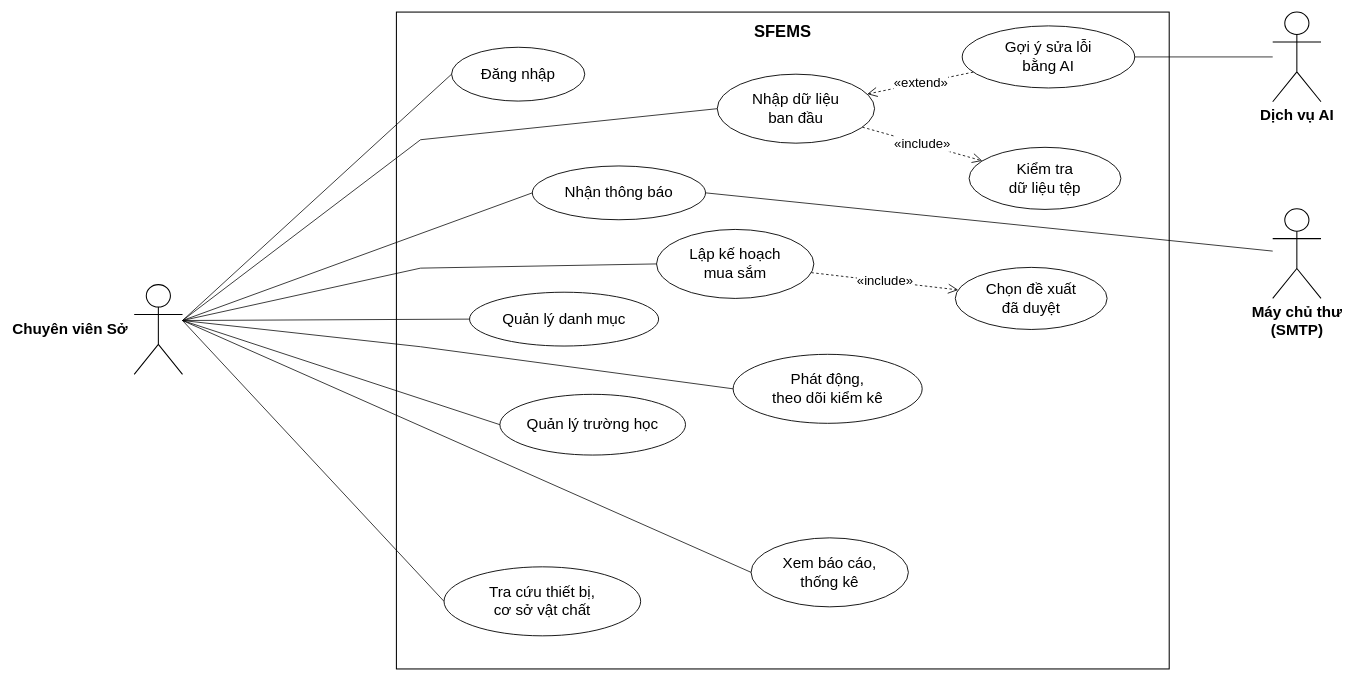
The draw.io diagram docs/VN/diagram/Report 3/05 Use case/04 Chuyen vien So.drawio in LuuDong2004/SEP490_G123_SFEMS, before the edit. Source tidied: cells renumbered, new cells numbered last; positions are measured from the earlier drawing's top-left corner, leaving out a move shared by most shapes. Both pictures are drawn from the tidied source at 69%, with x=0, y=0 at pixel (134, 12).
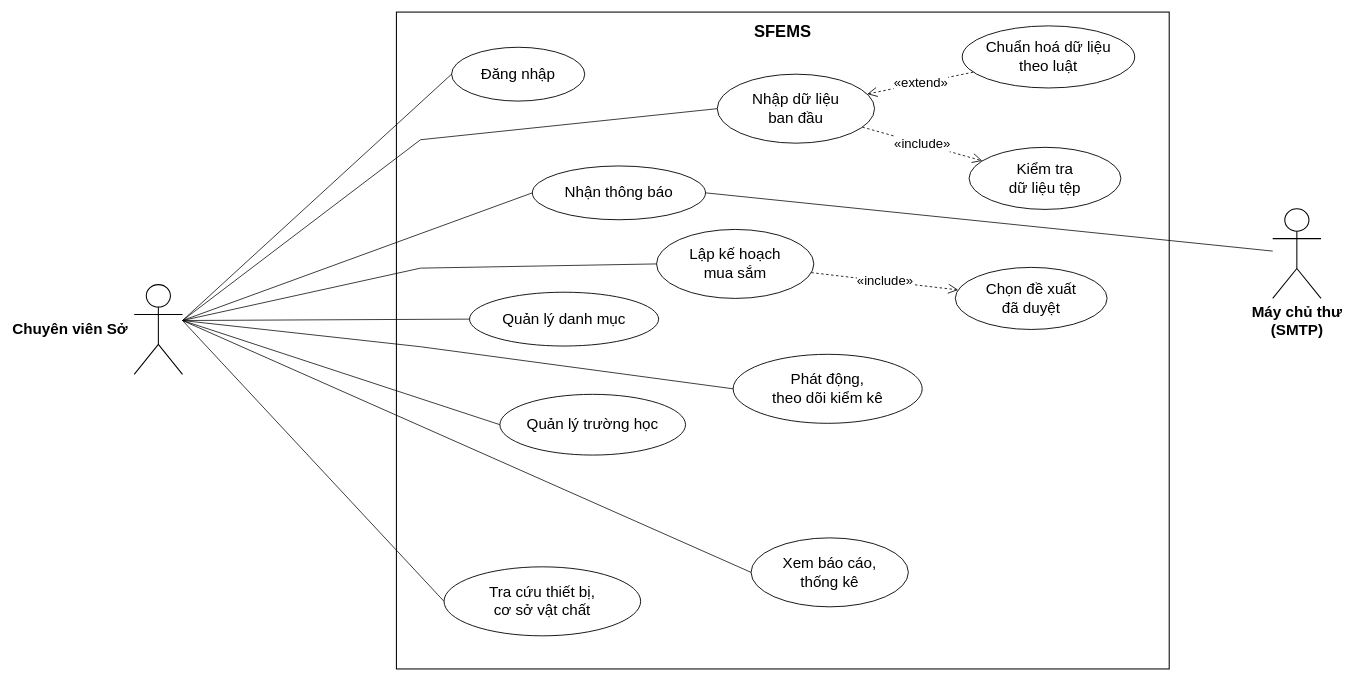
Above is the later version.

What changed in the source:
```diff
@@
-    <mxCell id="22" value="Dịch vụ AI" style="shape=umlActor;verticalLabelPosition=bottom;verticalAlign=top;html=1;outlineConnect=0;fontSize=22;fontStyle=1;fontFamily=Arial;strokeWidth=1.5;" parent="1" vertex="1">
-      <mxGeometry x="1650" width="70" height="130" as="geometry" />
-    </mxCell>
-    <mxCell id="23" style="endArrow=none;html=1;rounded=0;strokeWidth=1.1;strokeColor=#000000;entryX=1;entryY=0.5;entryDx=0;entryDy=0;" parent="1" edge="1" source="22" target="27">
-      <mxGeometry relative="1" as="geometry" />
-    </mxCell>
@@
-    <mxCell id="27" value="Gợi ý sửa lỗi&lt;br&gt;bằng AI" style="ellipse;whiteSpace=wrap;html=1;fillColor=#FFFFFF;strokeColor=#000000;strokeWidth=1.3;fontSize=22;fontFamily=Arial;" parent="1" vertex="1">
+    <mxCell id="27" value="Chuẩn hoá dữ liệu&lt;br&gt;theo luật" style="ellipse;whiteSpace=wrap;html=1;fillColor=#FFFFFF;strokeColor=#000000;strokeWidth=1.3;fontSize=22;fontFamily=Arial;" parent="1" vertex="1">
       <mxGeometry x="1200" y="20" width="250" height="90" as="geometry" />
     </mxCell>
```
